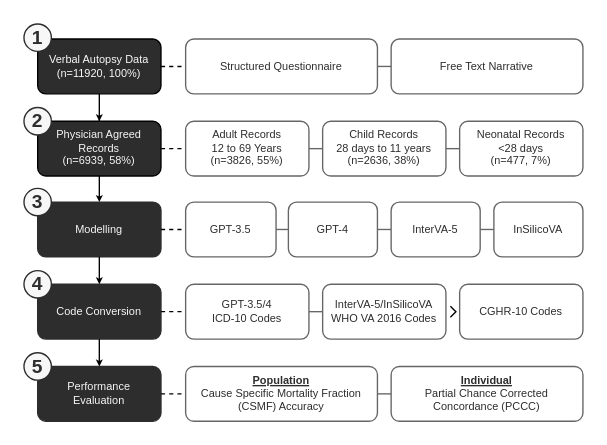
The draw.io diagram src/figures/fig-methods-brief.drawio in cghr-toronto/wen-et-al-2025-cava, before the edit. Source tidied: cells renumbered, new cells numbered last; positions are measured from the earlier drawing's top-left corner, leaving out a move shared by most shapes. Both pictures are drawn from the tidied source at 137%, with x=0, y=0 at pixel (23, 23).
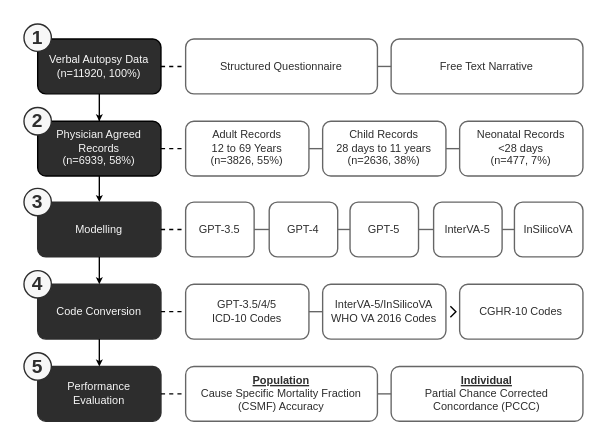
Above is the later version.

Change to the diagram source:
```diff
@@
-    <mxCell id="11" value="GPT-3.5/4&lt;div&gt;ICD-10 Codes&lt;/div&gt;" style="rounded=1;whiteSpace=wrap;html=1;fontFamily=Arial;fontSize=8;fontStyle=0;fontColor=#2D2D2D;strokeColor=#666666;" parent="1" vertex="1">
+    <mxCell id="11" value="GPT-3.5/4/5&lt;div&gt;ICD-10 Codes&lt;/div&gt;" style="rounded=1;whiteSpace=wrap;html=1;fontFamily=Arial;fontSize=8;fontStyle=0;fontColor=#2D2D2D;strokeColor=#666666;" parent="1" vertex="1">
       <mxGeometry x="118" y="190" width="90" height="40" as="geometry" />
     </mxCell>
@@
     <mxCell id="24" value="GPT-3.5" style="rounded=1;whiteSpace=wrap;html=1;fontFamily=Arial;fontSize=8;fontStyle=0;fontColor=#2D2D2D;strokeColor=#666666;" parent="1" vertex="1">
-      <mxGeometry x="118" y="130" width="66" height="40" as="geometry" />
+      <mxGeometry x="118" y="130" width="50" height="40" as="geometry" />
     </mxCell>
     <mxCell id="25" value="GPT-4" style="rounded=1;whiteSpace=wrap;html=1;fontFamily=Arial;fontSize=8;fontStyle=0;fontColor=#2D2D2D;strokeColor=#666666;" parent="1" vertex="1">
-      <mxGeometry x="193" y="130" width="65" height="40" as="geometry" />
+      <mxGeometry x="179" y="130" width="50" height="40" as="geometry" />
     </mxCell>
     <mxCell id="26" value="InterVA-5" style="rounded=1;whiteSpace=wrap;html=1;fontFamily=Arial;fontSize=8;fontStyle=0;fontColor=#2D2D2D;strokeColor=#666666;" parent="1" vertex="1">
-      <mxGeometry x="268" y="130" width="65" height="40" as="geometry" />
+      <mxGeometry x="299" y="130" width="50" height="40" as="geometry" />
     </mxCell>
     <mxCell id="27" value="InSilicoVA" style="rounded=1;whiteSpace=wrap;html=1;fontFamily=Arial;fontSize=8;fontStyle=0;fontColor=#2D2D2D;strokeColor=#666666;" parent="1" vertex="1">
-      <mxGeometry x="343" y="130" width="65" height="40" as="geometry" />
+      <mxGeometry x="358" y="130" width="50" height="40" as="geometry" />
     </mxCell>
@@
-    <mxCell id="32" style="edgeStyle=orthogonalEdgeStyle;rounded=0;jettySize=auto;html=1;exitX=1;exitY=0.5;exitDx=0;exitDy=0;entryX=0;entryY=0.5;entryDx=0;entryDy=0;endArrow=none;startFill=0;fontColor=#2D2D2D;strokeColor=#666666;" parent="1" edge="1" source="25" target="26">
-      <mxGeometry relative="1" as="geometry" />
-    </mxCell>
@@
+    <mxCell id="44" value="GPT-5" style="rounded=1;whiteSpace=wrap;html=1;fontFamily=Arial;fontSize=8;fontStyle=0;fontColor=#2D2D2D;strokeColor=#666666;" parent="1" vertex="1">
+      <mxGeometry x="238" y="130" width="50" height="40" as="geometry" />
+    </mxCell>
+    <mxCell id="45" style="edgeStyle=orthogonalEdgeStyle;rounded=0;jettySize=auto;html=1;exitX=0;exitY=0.5;exitDx=0;exitDy=0;entryX=1;entryY=0.5;entryDx=0;entryDy=0;endArrow=none;startFill=0;fontColor=#2D2D2D;strokeColor=#666666;" parent="1" edge="1" source="44" target="25">
+      <mxGeometry relative="1" as="geometry" />
+    </mxCell>
+    <mxCell id="46" style="edgeStyle=orthogonalEdgeStyle;rounded=0;jettySize=auto;html=1;exitX=1;exitY=0.5;exitDx=0;exitDy=0;endArrow=none;startFill=0;fontColor=#2D2D2D;strokeColor=#666666;entryX=0;entryY=0.5;entryDx=0;entryDy=0;" parent="1" edge="1" source="44" target="26">
+      <mxGeometry relative="1" as="geometry" />
+    </mxCell>
```
